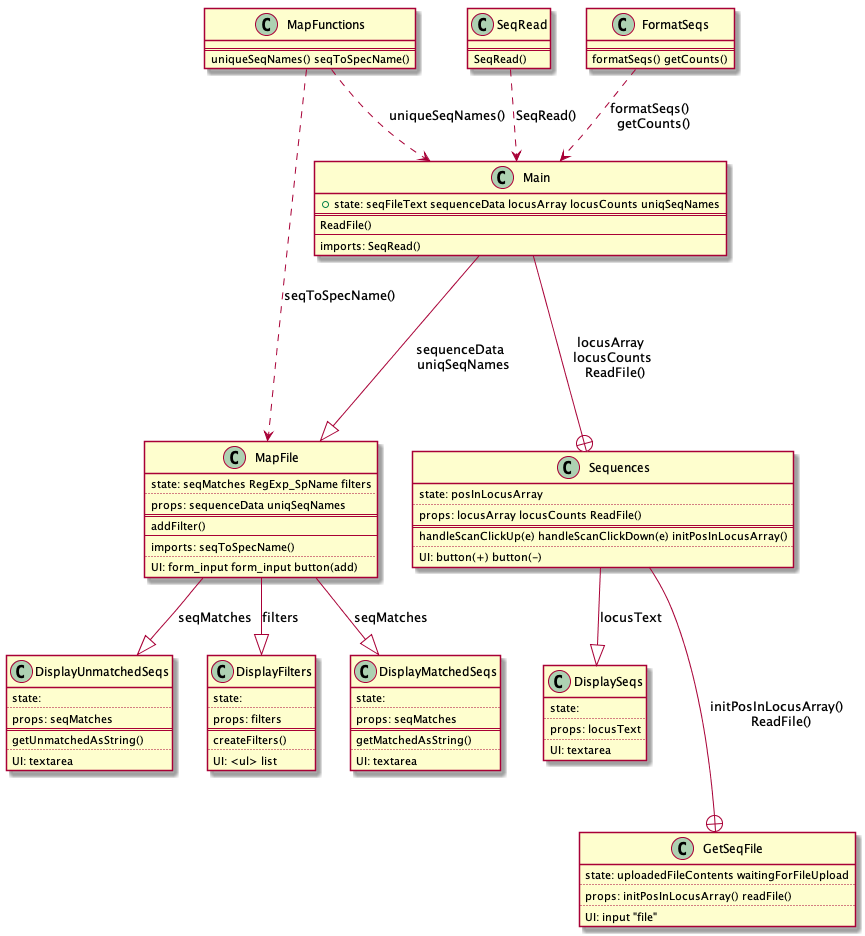
Earlier version of the PlantUML export doc/bpps_fig.png (brannala/bpps). Its source is kept beside it as doc/bpps_fig.plantuml. Its diagram source:
```plantuml
@startuml

class Main {
	+ state: seqFileText sequenceData locusArray locusCounts uniqSeqNames
	==
	ReadFile()
	--
	imports: SeqRead()
}

class SeqRead {
	==
	SeqRead()
	}

class Sequences {
	state: posInLocusArray
	..
	props: locusArray locusCounts ReadFile()
	==
	handleScanClickUp(e) handleScanClickDown(e) initPosInLocusArray()
	..
	UI: button(+) button(-)
	}

class MapFile {
	state: seqMatches RegExp_SpName filters
	..
	props: sequenceData uniqSeqNames
	==
	addFilter()
	--
	imports: seqToSpecName()
	..
	UI: form_input form_input button(add)
}

class GetSeqFile {
	state: uploadedFileContents waitingForFileUpload
	..
	props: initPosInLocusArray() readFile()
	..
	UI: input "file"
		}

class DisplaySeqs {
	state:
	..
	props: locusText
	..
	UI: textarea
}

class DisplayUnmatchedSeqs {
	state:
	..
	props: seqMatches
	==
	getUnmatchedAsString()
	..
	UI: textarea
}

class DisplayFilters {
	state:
	..
	props: filters
	==
	createFilters()
	..
	UI: <ul> list
}

class DisplayMatchedSeqs {
	state:
	..
	props: seqMatches
	==
	getMatchedAsString()
	..
	UI: textarea
}


class FormatSeqs {
	==
	formatSeqs() getCounts()
}

class MapFunctions {
	==
	uniqueSeqNames() seqToSpecName()
}

Main ---+ Sequences : locusArray \n locusCounts \n ReadFile()
Main ---|> MapFile : sequenceData \n uniqSeqNames
Sequences ---+ GetSeqFile : initPosInLocusArray() \n ReadFile()
Sequences --|> DisplaySeqs : locusText
MapFile --|> DisplayUnmatchedSeqs : seqMatches
MapFile --|> DisplayMatchedSeqs : seqMatches
MapFile --|> DisplayFilters : filters
SeqRead ..> Main : SeqRead()
FormatSeqs ..> Main : formatSeqs() \n getCounts()
MapFunctions ..> Main : uniqueSeqNames()
MapFunctions ..> MapFile : seqToSpecName()
@enduml
```
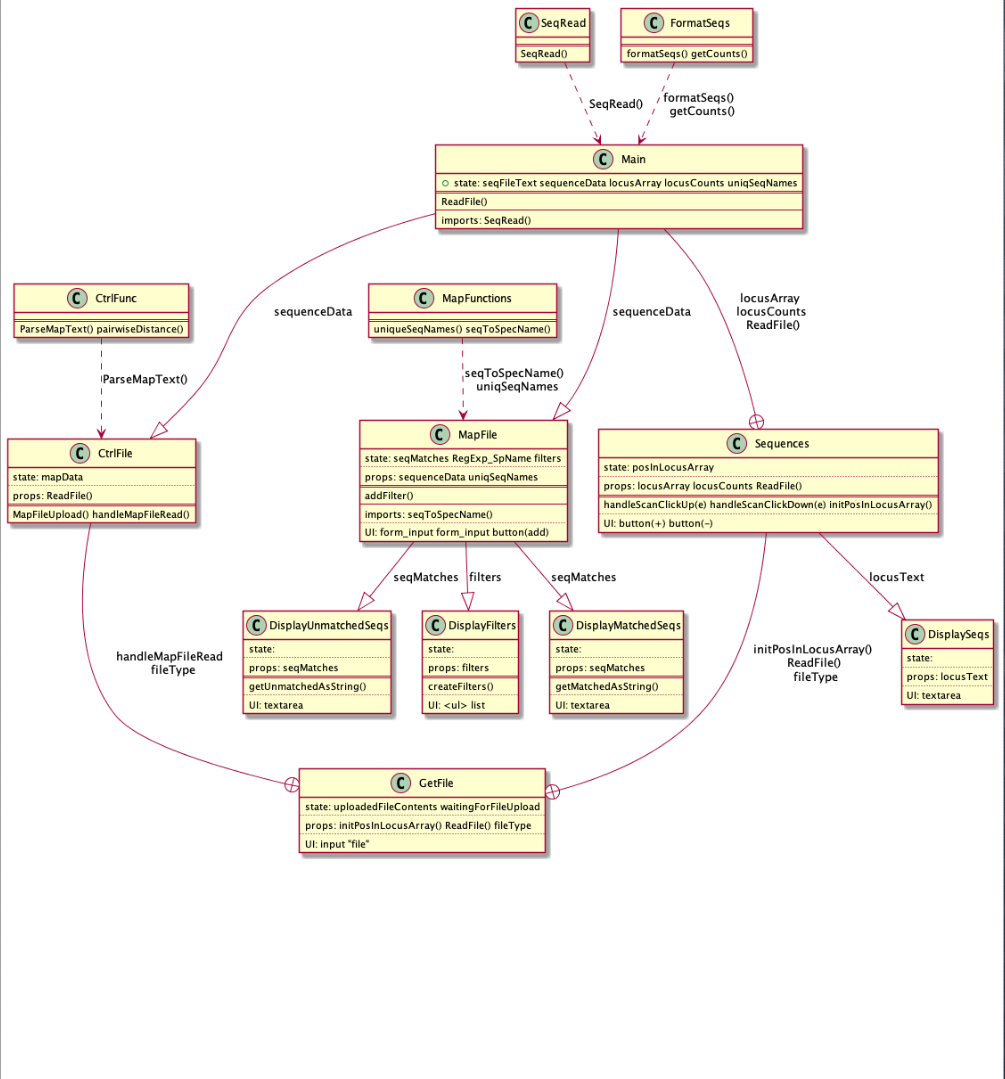
After the commit.

The edit, as a diff of the source:
```diff
@@ -35,10 +35,19 @@
 	UI: form_input form_input button(add)
 }
 
-class GetSeqFile {
+class CtrlFile {
+	state: mapData
+	..
+	props: ReadFile()
+	==
+	MapFileUpload() handleMapFileRead()
+	}
+
+
+class GetFile {
 	state: uploadedFileContents waitingForFileUpload
 	..
-	props: initPosInLocusArray() readFile()
+	props: initPosInLocusArray() ReadFile() fileType
 	..
 	UI: input "file"
 		}
@@ -92,15 +101,22 @@
 	uniqueSeqNames() seqToSpecName()
 }
 
+class CtrlFunc {
+	==
+	ParseMapText() pairwiseDistance()
+}
+
 Main ---+ Sequences : locusArray \n locusCounts \n ReadFile()
-Main ---|> MapFile : sequenceData \n uniqSeqNames
-Sequences ---+ GetSeqFile : initPosInLocusArray() \n ReadFile()
+Main ---|> MapFile : sequenceData
+Main ---|> CtrlFile : sequenceData
+Sequences ---+ GetFile : initPosInLocusArray() \n ReadFile() \n fileType
 Sequences --|> DisplaySeqs : locusText
 MapFile --|> DisplayUnmatchedSeqs : seqMatches
 MapFile --|> DisplayMatchedSeqs : seqMatches
 MapFile --|> DisplayFilters : filters
 SeqRead ..> Main : SeqRead()
 FormatSeqs ..> Main : formatSeqs() \n getCounts()
-MapFunctions ..> Main : uniqueSeqNames()
-MapFunctions ..> MapFile : seqToSpecName()
+CtrlFile ---+ GetFile: handleMapFileRead \n fileType
+MapFunctions ..> MapFile : seqToSpecName() \n uniqSeqNames
+CtrlFunc ..> CtrlFile : ParseMapText()
 @enduml
```
